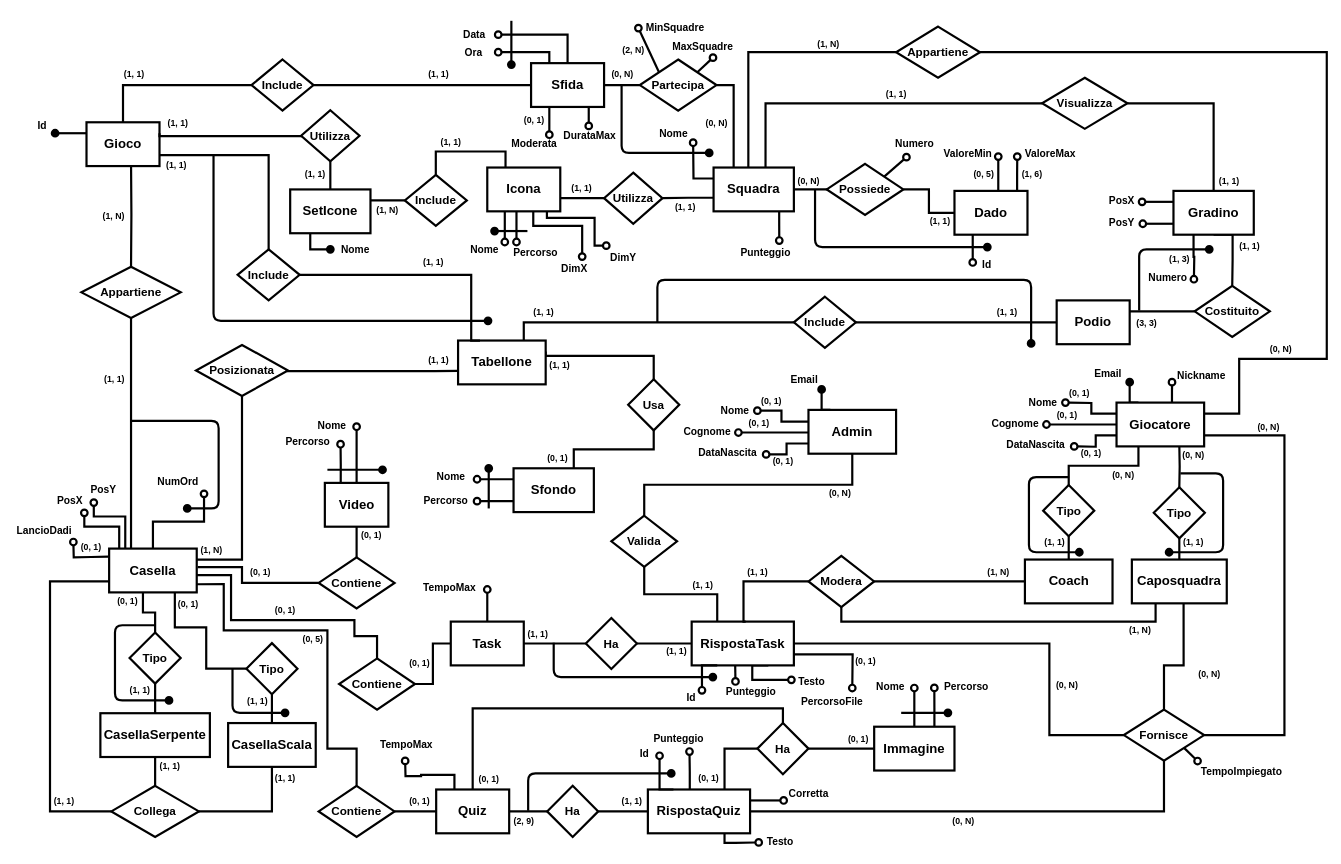
Earlier version of the draw.io diagram Progetto logico/Schema ER ristrutturato.drawio (lorenzobilli/BD-project). Source tidied: cells renumbered, new cells numbered last; positions are measured from the earlier drawing's top-left corner, leaving out a move shared by most shapes. Both pictures are drawn from the tidied source at 73%, with x=0, y=0 at pixel (12, 20).
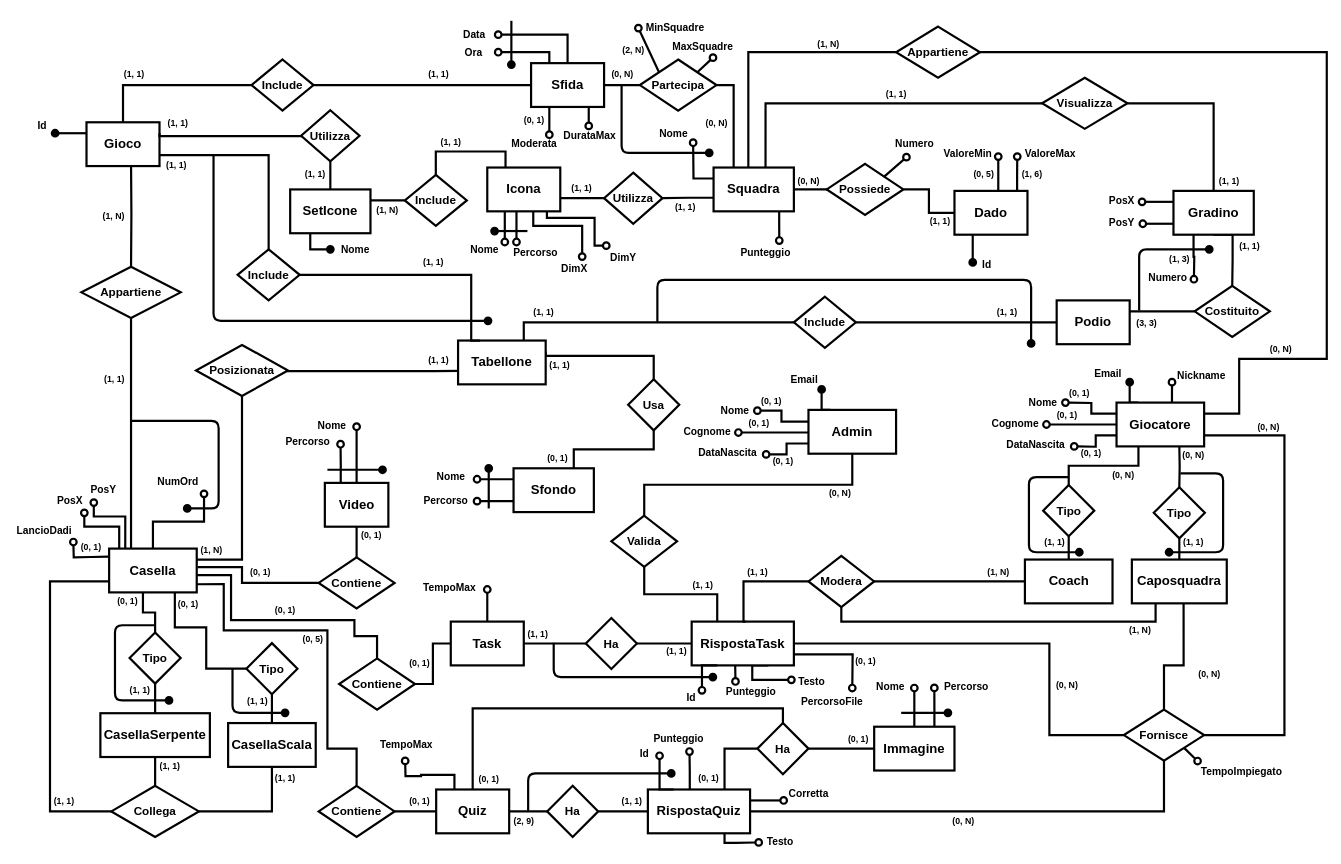
The same page after the edit.

The change refers to these unchanged cells:
```xml
<mxCell id="65" value="Dado" style="rounded=0;whiteSpace=wrap;html=1;strokeWidth=3;fontSize=18;shadow=0;fontStyle=1;" parent="1" vertex="1">
  <mxGeometry x="1290" y="234" width="100" height="60" as="geometry" />
</mxCell>
```

Diff of the diagram source:
```diff
@@
-    <mxCell id="64" style="edgeStyle=none;rounded=0;jettySize=auto;html=1;exitX=0.25;exitY=1;exitDx=0;exitDy=0;fontSize=14;startArrow=none;startFill=0;endArrow=oval;endFill=0;startSize=9;endSize=9;strokeWidth=3;" parent="1" edge="1" source="65">
+    <mxCell id="64" style="edgeStyle=none;rounded=0;jettySize=auto;html=1;exitX=0.25;exitY=1;exitDx=0;exitDy=0;fontSize=14;startArrow=none;startFill=0;endArrow=oval;endFill=1;startSize=9;endSize=9;strokeWidth=3;" parent="1" edge="1" source="65">
       <mxGeometry relative="1" as="geometry">
         <mxPoint x="1315" y="332" as="targetPoint" />
       </mxGeometry>
     </mxCell>
@@
-    <mxCell id="181" style="endArrow=oval;html=1;fontSize=14;startSize=9;endSize=9;strokeWidth=3;edgeStyle=orthogonalEdgeStyle;endFill=1;" parent="1" edge="1">
-      <mxGeometry relative="1" as="geometry">
-        <mxPoint x="1099" y="232" as="sourcePoint" />
-        <mxPoint x="1335" y="311" as="targetPoint" />
-        <Array as="points">
-          <mxPoint x="1099" y="311" />
-        </Array>
-      </mxGeometry>
-    </mxCell>
```
